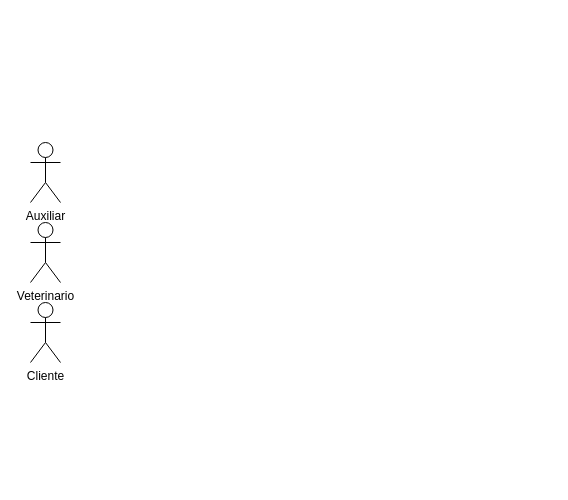
marlonfrz/ETS keeps this draw.io diagram as Tarea: Clínica veterinaria/img/Diagrama sin título.drawio. Above is the earlier version. Source tidied: cells renumbered, new cells numbered last; positions are measured from the earlier drawing's top-left corner, leaving out a move shared by most shapes. Both pictures are drawn from the tidied source at 100%, with x=0, y=0 at pixel (30, 142).
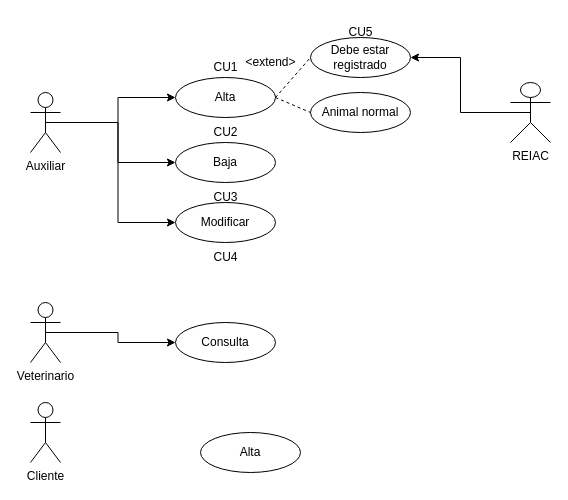
The same page after the edit.

Change to the diagram source:
```diff
@@
+    <mxCell id="5" style="edgeStyle=orthogonalEdgeStyle;rounded=0;jettySize=auto;html=1;exitX=0.5;exitY=0.5;exitDx=0;exitDy=0;exitPerimeter=0;entryX=0;entryY=0.5;entryDx=0;entryDy=0;" parent="1" edge="1" source="2" target="9">
+      <mxGeometry relative="1" as="geometry" />
+    </mxCell>
+    <mxCell id="6" style="edgeStyle=orthogonalEdgeStyle;rounded=0;jettySize=auto;html=1;exitX=0.5;exitY=0.5;exitDx=0;exitDy=0;exitPerimeter=0;entryX=0;entryY=0.5;entryDx=0;entryDy=0;" parent="1" edge="1" source="2" target="10">
+      <mxGeometry relative="1" as="geometry" />
+    </mxCell>
+    <mxCell id="7" style="edgeStyle=orthogonalEdgeStyle;rounded=0;jettySize=auto;html=1;exitX=0.5;exitY=0.5;exitDx=0;exitDy=0;exitPerimeter=0;entryX=0;entryY=0.5;entryDx=0;entryDy=0;" parent="1" edge="1" source="2" target="11">
+      <mxGeometry relative="1" as="geometry" />
+    </mxCell>
     <mxCell id="2" value="&lt;div&gt;Auxiliar&lt;/div&gt;" style="shape=umlActor;verticalLabelPosition=bottom;verticalAlign=top;html=1;outlineConnect=0;" parent="1" vertex="1">
-      <mxGeometry width="30" height="60" as="geometry" />
+      <mxGeometry y="-50" width="30" height="60" as="geometry" />
     </mxCell>
+    <mxCell id="8" style="edgeStyle=orthogonalEdgeStyle;rounded=0;jettySize=auto;html=1;exitX=0.5;exitY=0.5;exitDx=0;exitDy=0;exitPerimeter=0;entryX=0;entryY=0.5;entryDx=0;entryDy=0;" parent="1" edge="1" source="3" target="15">
+      <mxGeometry relative="1" as="geometry" />
+    </mxCell>
     <mxCell id="3" value="Veterinario" style="shape=umlActor;verticalLabelPosition=bottom;verticalAlign=top;html=1;outlineConnect=0;" parent="1" vertex="1">
-      <mxGeometry y="80" width="30" height="60" as="geometry" />
+      <mxGeometry y="160" width="30" height="60" as="geometry" />
     </mxCell>
     <mxCell id="4" value="Cliente" style="shape=umlActor;verticalLabelPosition=bottom;verticalAlign=top;html=1;" parent="1" vertex="1">
-      <mxGeometry y="160" width="30" height="60" as="geometry" />
+      <mxGeometry y="260" width="30" height="60" as="geometry" />
     </mxCell>
+    <mxCell id="9" value="&lt;div&gt;Alta&lt;/div&gt;" style="ellipse;whiteSpace=wrap;html=1;" parent="1" vertex="1">
+      <mxGeometry x="145" y="-65" width="100" height="40" as="geometry" />
+    </mxCell>
+    <mxCell id="10" value="&lt;div&gt;Baja&lt;/div&gt;" style="ellipse;whiteSpace=wrap;html=1;" parent="1" vertex="1">
+      <mxGeometry x="145" width="100" height="40" as="geometry" />
+    </mxCell>
+    <mxCell id="11" value="Modificar" style="ellipse;whiteSpace=wrap;html=1;" parent="1" vertex="1">
+      <mxGeometry x="145" y="60" width="100" height="40" as="geometry" />
+    </mxCell>
+    <mxCell id="12" value="&lt;div&gt;Alta&lt;/div&gt;" style="ellipse;whiteSpace=wrap;html=1;" parent="1" vertex="1">
+      <mxGeometry x="170" y="290" width="100" height="40" as="geometry" />
+    </mxCell>
+    <mxCell id="13" style="endArrow=none;dashed=1;html=1;rounded=0;entryX=0;entryY=0.5;entryDx=0;entryDy=0;exitX=1;exitY=0.5;exitDx=0;exitDy=0;" parent="1" edge="1" source="9" target="18">
+      <mxGeometry relative="1" as="geometry" />
+    </mxCell>
+    <mxCell id="14" value="&amp;lt;extend&amp;gt;" style="text;html=1;align=center;verticalAlign=middle;strokeColor=none;fillColor=none;" parent="1" vertex="1">
+      <mxGeometry x="205" y="-95" width="70" height="30" as="geometry" />
+    </mxCell>
+    <mxCell id="15" value="Consulta" style="ellipse;whiteSpace=wrap;html=1;" parent="1" vertex="1">
+      <mxGeometry x="145" y="180" width="100" height="40" as="geometry" />
+    </mxCell>
+    <mxCell id="16" style="edgeStyle=orthogonalEdgeStyle;rounded=0;jettySize=auto;html=1;exitX=0.5;exitY=0.5;exitDx=0;exitDy=0;exitPerimeter=0;entryX=1;entryY=0.5;entryDx=0;entryDy=0;" parent="1" edge="1" source="17" target="18">
+      <mxGeometry relative="1" as="geometry" />
+    </mxCell>
+    <mxCell id="17" value="REIAC" style="shape=umlActor;verticalLabelPosition=bottom;verticalAlign=top;html=1;outlineConnect=0;" parent="1" vertex="1">
+      <mxGeometry x="480" y="-60" width="40" height="60" as="geometry" />
+    </mxCell>
+    <mxCell id="18" value="Debe estar registrado" style="ellipse;whiteSpace=wrap;html=1;" parent="1" vertex="1">
+      <mxGeometry x="280" y="-105" width="100" height="40" as="geometry" />
+    </mxCell>
+    <mxCell id="19" value="Animal normal" style="ellipse;whiteSpace=wrap;html=1;" parent="1" vertex="1">
+      <mxGeometry x="280" y="-50" width="100" height="40" as="geometry" />
+    </mxCell>
+    <mxCell id="20" value="CU1" style="text;html=1;align=center;verticalAlign=middle;strokeColor=none;fillColor=none;" parent="1" vertex="1">
+      <mxGeometry x="170" y="-90" width="50" height="30" as="geometry" />
+    </mxCell>
+    <mxCell id="21" value="CU2" style="text;html=1;align=center;verticalAlign=middle;strokeColor=none;fillColor=none;" parent="1" vertex="1">
+      <mxGeometry x="170" y="-25" width="50" height="30" as="geometry" />
+    </mxCell>
+    <mxCell id="22" value="CU3" style="text;html=1;align=center;verticalAlign=middle;strokeColor=none;fillColor=none;" parent="1" vertex="1">
+      <mxGeometry x="170" y="40" width="50" height="30" as="geometry" />
+    </mxCell>
+    <mxCell id="23" value="CU4" style="text;html=1;align=center;verticalAlign=middle;strokeColor=none;fillColor=none;" parent="1" vertex="1">
+      <mxGeometry x="170" y="100" width="50" height="30" as="geometry" />
+    </mxCell>
+    <mxCell id="24" value="CU5" style="text;html=1;align=center;verticalAlign=middle;strokeColor=none;fillColor=none;" parent="1" vertex="1">
+      <mxGeometry x="305" y="-125" width="50" height="30" as="geometry" />
+    </mxCell>
+    <mxCell id="25" style="endArrow=none;dashed=1;html=1;rounded=0;entryX=0;entryY=0.5;entryDx=0;entryDy=0;exitX=1;exitY=0.5;exitDx=0;exitDy=0;" parent="1" edge="1" source="9" target="19">
+      <mxGeometry relative="1" as="geometry" />
+    </mxCell>
```
